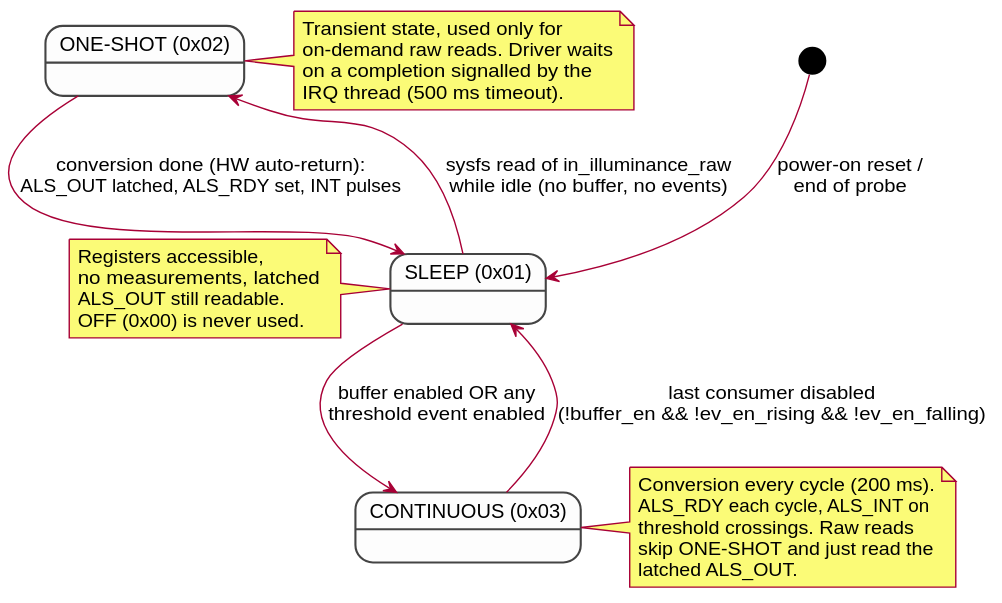
This is docs/diagrams/power-fsm.svg from giltabibian/NanitComboSensor, a PlantUML export, as it was before one commit.
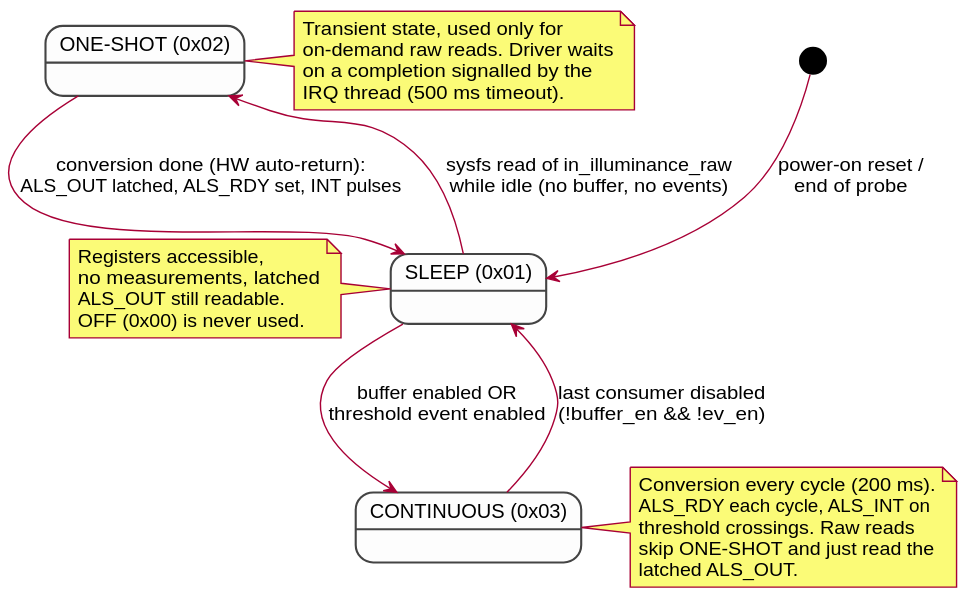
The same file after the commit.

What changed in the source:
```diff
@@ -15,8 +15,8 @@
 SLEEP --> ONESHOT : sysfs read of in_illuminance_raw\nwhile idle (no buffer, no events)
 ONESHOT --> SLEEP : conversion done (HW auto-return):\nALS_OUT latched, ALS_RDY set, INT pulses
 
-SLEEP --> CONT : buffer enabled OR any\nthreshold event enabled
-CONT --> SLEEP : last consumer disabled\n(!buffer_en && !ev_en_rising && !ev_en_falling)
+SLEEP --> CONT : buffer enabled OR\nthreshold event enabled
+CONT --> SLEEP : last consumer disabled\n(!buffer_en && !ev_en)
 
 note right of ONESHOT
   Transient state, used only for
```
